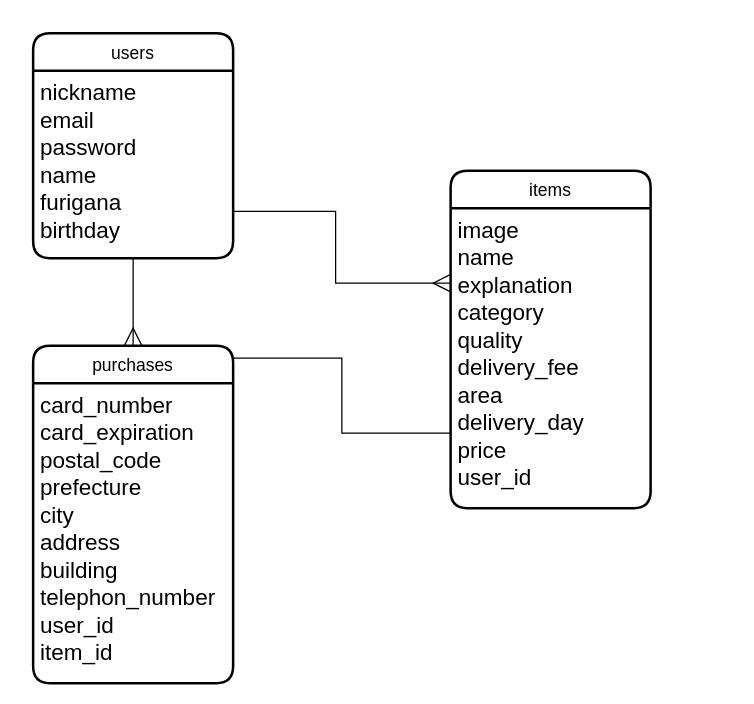
Before: furima.dio in KOJI1992/furima-35029, a draw.io diagram. Source tidied: cells renumbered, new cells numbered last; positions are measured from the earlier drawing's top-left corner, leaving out a move shared by most shapes. Both pictures are drawn from the tidied source at 125%, with x=0, y=0 at pixel (32, 32).
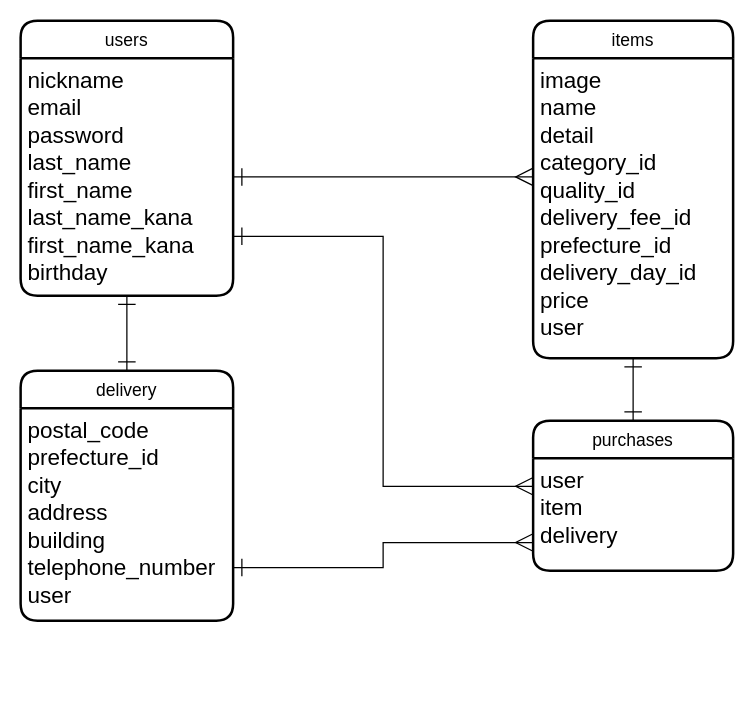
Above is the later version.

Commit message (it also covers changes not shown here):
データベス設計の修正

The edit, as a diff of the source:
```diff
@@
 <mxGraphModel>
   <root>
     <mxCell id="0" />
     <mxCell id="1" parent="0" />
     <mxCell id="2" value="users" style="swimlane;horizontal=1;startSize=30;rounded=1;fontSize=14;fontStyle=0;strokeWidth=2;shadow=0;dashed=0;align=center;" parent="1" vertex="1">
-      <mxGeometry width="160" height="180" as="geometry" />
+      <mxGeometry x="-10" y="-10" width="170" height="220" as="geometry" />
     </mxCell>
-    <mxCell id="3" value="nickname&#10;email&#10;password&#10;name&#10;furigana&#10;birthday" style="align=left;strokeColor=none;fillColor=none;spacingLeft=4;fontSize=18;verticalAlign=top;" parent="2" vertex="1">
-      <mxGeometry y="30" width="160" height="150" as="geometry" />
+    <mxCell id="3" value="nickname&#10;email&#10;password&#10;last_name&#10;first_name&#10;last_name_kana&#10;first_name_kana&#10;birthday" style="align=left;strokeColor=none;fillColor=none;spacingLeft=4;fontSize=18;verticalAlign=top;" parent="2" vertex="1">
+      <mxGeometry y="30" width="170" height="190" as="geometry" />
     </mxCell>
     <mxCell id="4" value="items" style="swimlane;horizontal=1;startSize=30;rounded=1;fontSize=14;fontStyle=0;strokeWidth=2;shadow=0;dashed=0;align=center;" parent="1" vertex="1">
-      <mxGeometry x="334" y="110" width="160" height="270" as="geometry" />
+      <mxGeometry x="400" y="-10" width="160" height="270" as="geometry" />
     </mxCell>
-    <mxCell id="5" value="image&#10;name&#10;explanation&#10;category&#10;quality&#10;delivery_fee&#10;area&#10;delivery_day&#10;price&#10;user_id" style="align=left;strokeColor=none;fillColor=none;spacingLeft=4;fontSize=18;verticalAlign=top;" parent="4" vertex="1">
+    <mxCell id="5" value="image&#10;name&#10;detail&#10;category_id&#10;quality_id&#10;delivery_fee_id&#10;prefecture_id&#10;delivery_day_id&#10;price&#10;user" style="align=left;strokeColor=none;fillColor=none;spacingLeft=4;fontSize=18;verticalAlign=top;" parent="4" vertex="1">
       <mxGeometry y="30" width="160" height="240" as="geometry" />
     </mxCell>
     <mxCell id="6" value="purchases" style="swimlane;horizontal=1;startSize=30;rounded=1;fontSize=14;fontStyle=0;strokeWidth=2;shadow=0;dashed=0;align=center;" parent="1" vertex="1">
-      <mxGeometry y="250" width="160" height="270" as="geometry" />
+      <mxGeometry x="400" y="310" width="160" height="120" as="geometry" />
     </mxCell>
-    <mxCell id="7" value="card_number&#10;card_expiration&#10;postal_code&#10;prefecture&#10;city&#10;address&#10;building&#10;telephon_number&#10;user_id&#10;item_id" style="align=left;strokeColor=none;fillColor=none;spacingLeft=4;fontSize=18;verticalAlign=top;" parent="6" vertex="1">
-      <mxGeometry y="30" width="160" height="240" as="geometry" />
+    <mxCell id="7" value="user&#10;item&#10;delivery" style="align=left;strokeColor=none;fillColor=none;spacingLeft=4;fontSize=18;verticalAlign=top;" parent="6" vertex="1">
+      <mxGeometry y="30" width="160" height="90" as="geometry" />
     </mxCell>
+    <mxCell id="11" value="delivery" style="swimlane;horizontal=1;startSize=30;rounded=1;fontSize=14;fontStyle=0;strokeWidth=2;shadow=0;dashed=0;align=center;" parent="1" vertex="1">
+      <mxGeometry x="-10" y="270" width="170" height="200" as="geometry" />
+    </mxCell>
+    <mxCell id="12" value="postal_code&#10;prefecture_id&#10;city&#10;address&#10;building&#10;telephone_number&#10;user" style="align=left;strokeColor=none;fillColor=none;spacingLeft=4;fontSize=18;verticalAlign=top;" parent="11" vertex="1">
+      <mxGeometry y="30" width="170" height="170" as="geometry" />
+    </mxCell>
-    <mxCell id="8" style="edgeStyle=orthogonalEdgeStyle;rounded=0;jettySize=auto;html=1;exitX=1;exitY=0.75;exitDx=0;exitDy=0;entryX=0;entryY=0.25;entryDx=0;entryDy=0;fontSize=18;fontColor=#000000;endArrow=ERmany;endFill=0;endSize=12;" parent="1" edge="1" source="3" target="5">
+    <mxCell id="8" style="edgeStyle=orthogonalEdgeStyle;rounded=0;jettySize=auto;html=1;exitX=1;exitY=0.5;exitDx=0;exitDy=0;entryX=0;entryY=0.396;entryDx=0;entryDy=0;entryPerimeter=0;endArrow=ERmany;endFill=0;endSize=12;startArrow=ERone;startFill=0;startSize=12;" parent="1" edge="1" source="3" target="5">
       <mxGeometry relative="1" as="geometry" />
     </mxCell>
-    <mxCell id="9" style="edgeStyle=orthogonalEdgeStyle;rounded=0;jettySize=auto;html=1;exitX=0.5;exitY=1;exitDx=0;exitDy=0;entryX=0.5;entryY=0;entryDx=0;entryDy=0;fontSize=18;fontColor=#000000;endArrow=ERmany;endFill=0;endSize=12;" parent="1" edge="1" source="3" target="6">
-      <mxGeometry relative="1" as="geometry" />
-    </mxCell>
-    <mxCell id="10" style="edgeStyle=orthogonalEdgeStyle;rounded=0;jettySize=auto;html=1;exitX=1;exitY=0;exitDx=0;exitDy=0;entryX=0;entryY=0.75;entryDx=0;entryDy=0;endArrow=none;endFill=0;endSize=12;fontSize=18;fontColor=#000000;" parent="1" edge="1" source="7" target="5">
-      <mxGeometry relative="1" as="geometry" />
-    </mxCell>
+    <mxCell id="13" style="edgeStyle=orthogonalEdgeStyle;rounded=0;jettySize=auto;html=1;exitX=1;exitY=0.75;exitDx=0;exitDy=0;entryX=0;entryY=0.25;entryDx=0;entryDy=0;startArrow=ERone;startFill=0;endArrow=ERmany;endFill=0;endSize=12;strokeWidth=1;startSize=12;" parent="1" edge="1" source="3" target="7">
+      <mxGeometry relative="1" as="geometry" />
+    </mxCell>
+    <mxCell id="14" style="edgeStyle=orthogonalEdgeStyle;rounded=0;jettySize=auto;html=1;exitX=0.5;exitY=1;exitDx=0;exitDy=0;entryX=0.5;entryY=0;entryDx=0;entryDy=0;startArrow=ERone;startFill=0;endArrow=ERone;endFill=0;endSize=12;strokeWidth=1;startSize=12;" parent="1" edge="1" source="3" target="11">
+      <mxGeometry relative="1" as="geometry" />
+    </mxCell>
+    <mxCell id="15" style="edgeStyle=orthogonalEdgeStyle;rounded=0;jettySize=auto;html=1;exitX=0.5;exitY=1;exitDx=0;exitDy=0;entryX=0.5;entryY=0;entryDx=0;entryDy=0;startArrow=ERone;startFill=0;startSize=12;endArrow=ERone;endFill=0;endSize=12;strokeWidth=1;" parent="1" edge="1" source="5" target="6">
+      <mxGeometry relative="1" as="geometry" />
+    </mxCell>
+    <mxCell id="16" style="edgeStyle=orthogonalEdgeStyle;rounded=0;jettySize=auto;html=1;exitX=1;exitY=0.75;exitDx=0;exitDy=0;entryX=0;entryY=0.75;entryDx=0;entryDy=0;startArrow=ERone;startFill=0;startSize=12;endArrow=ERmany;endFill=0;endSize=12;strokeWidth=1;" parent="1" edge="1" source="12" target="7">
+      <mxGeometry relative="1" as="geometry" />
+    </mxCell>
   </root>
 </mxGraphModel>
```
